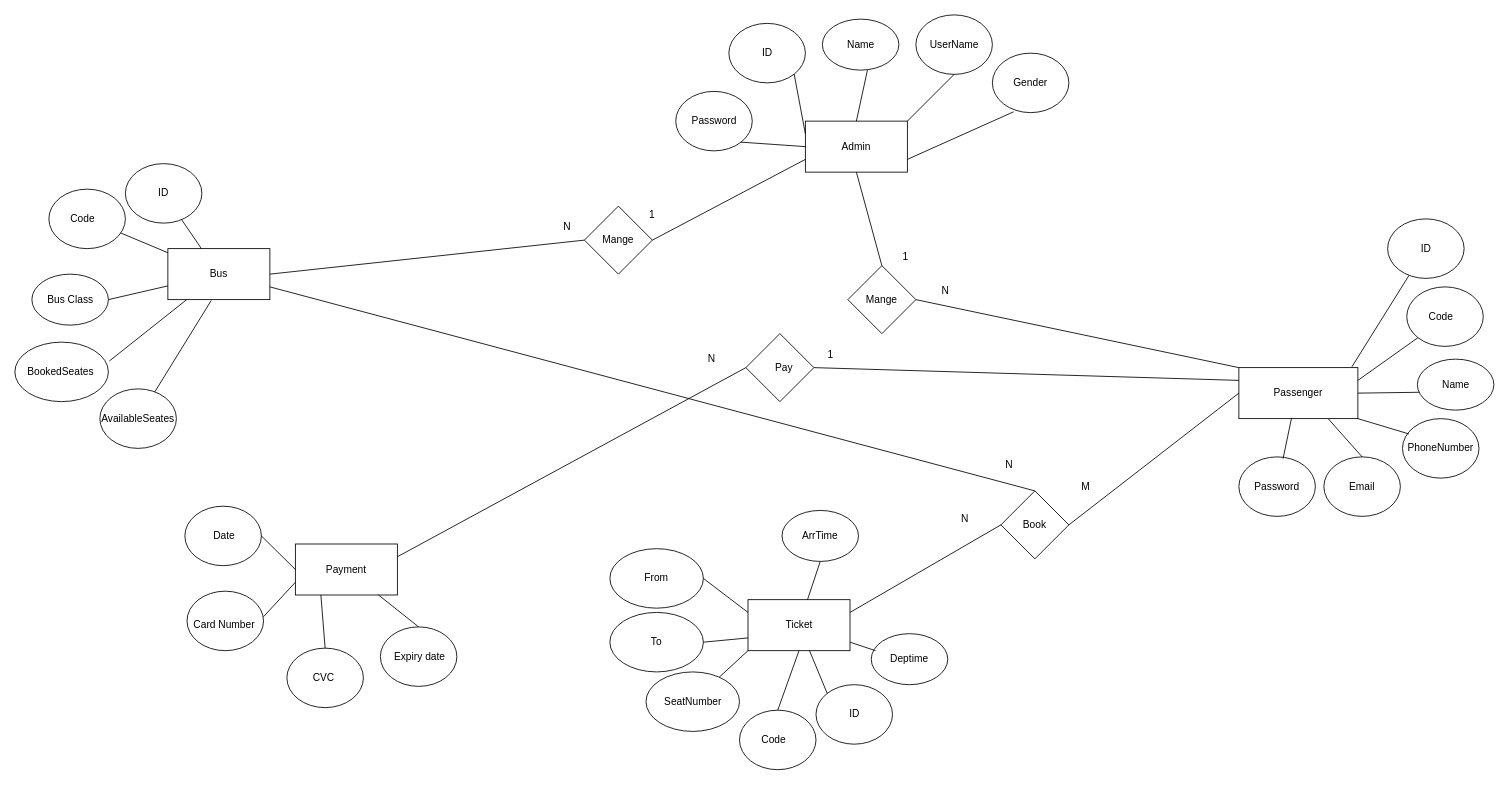
The draw.io diagram project/erd/new erd.drawio in MahmoudKhaled007/GoBus, before the edit. Source tidied: cells renumbered, new cells numbered last; positions are measured from the earlier drawing's top-left corner, leaving out a move shared by most shapes. Both pictures are drawn from the tidied source at 85%, with x=0, y=0 at pixel (14, 14).
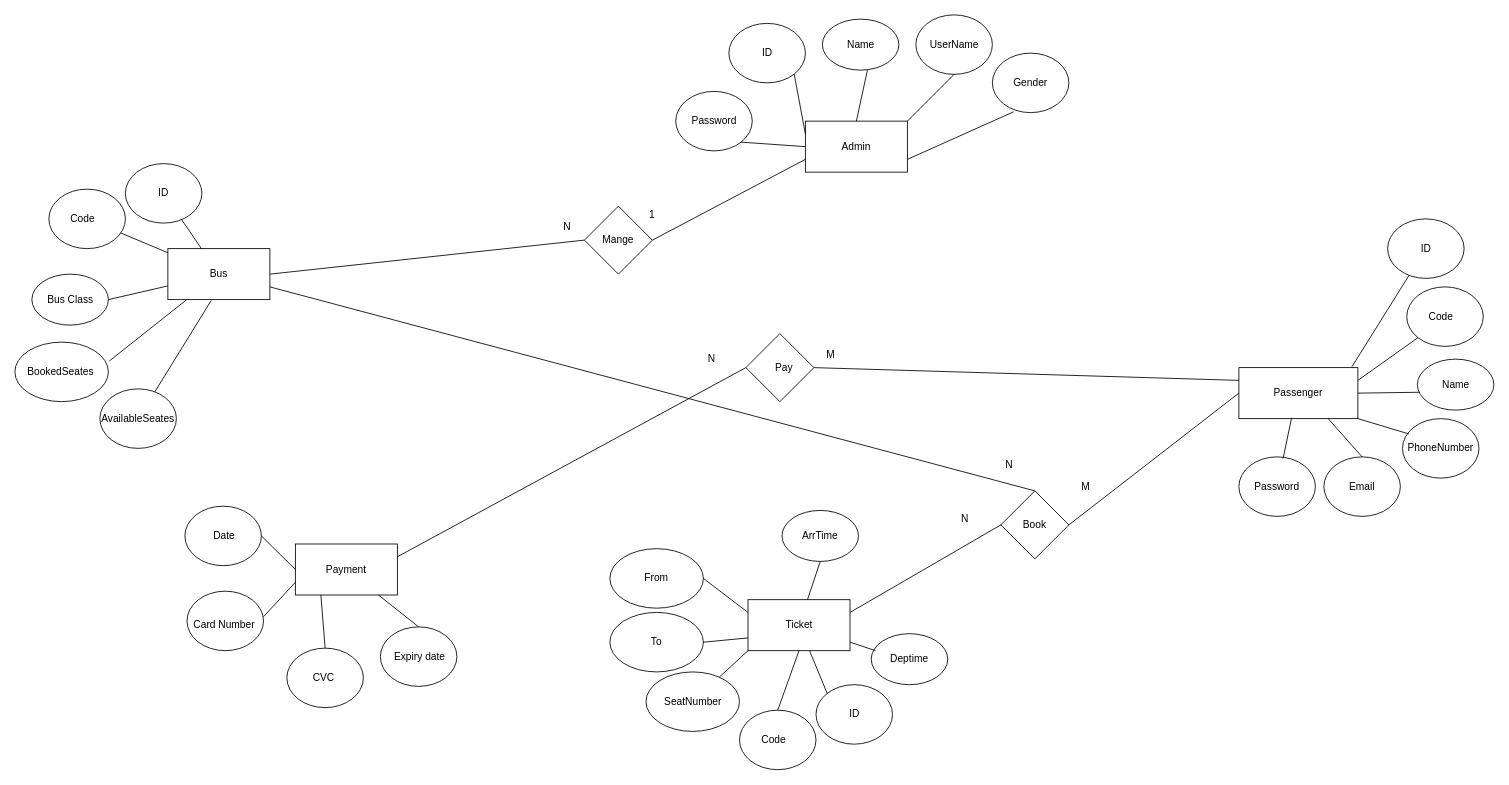
The same diagram, later.

The change refers to these unchanged cells:
```xml
<mxCell id="2" style="rounded=0;whiteSpace=wrap;html=1;" parent="1" vertex="1">
  <mxGeometry x="930" y="125" width="120" height="60" as="geometry" />
</mxCell>
<mxCell id="4" style="rounded=0;whiteSpace=wrap;html=1;" parent="1" vertex="1">
  <mxGeometry x="1440" y="415" width="140" height="60" as="geometry" />
</mxCell>
```

Change to the diagram source:
```diff
@@
-    <mxCell id="76" style="rhombus;whiteSpace=wrap;html=1;" parent="1" vertex="1">
-      <mxGeometry x="980" y="295" width="80" height="80" as="geometry" />
-    </mxCell>
-    <mxCell id="77" value="Mange" style="text;html=1;strokeColor=none;fillColor=none;align=center;verticalAlign=middle;whiteSpace=wrap;rounded=0;" parent="1" vertex="1">
-      <mxGeometry x="1000" y="325" width="40" height="20" as="geometry" />
-    </mxCell>
-    <mxCell id="78" style="endArrow=none;html=1;entryX=1;entryY=0.5;entryDx=0;entryDy=0;exitX=0;exitY=0;exitDx=0;exitDy=0;" parent="1" edge="1" source="4" target="76">
-      <mxGeometry relative="1" as="geometry" />
-    </mxCell>
-    <mxCell id="79" style="endArrow=none;html=1;entryX=0.5;entryY=1;entryDx=0;entryDy=0;exitX=0.5;exitY=0;exitDx=0;exitDy=0;" parent="1" edge="1" source="76" target="2">
-      <mxGeometry relative="1" as="geometry" />
-    </mxCell>
-    <mxCell id="80" value="1" style="text;html=1;strokeColor=none;fillColor=none;align=center;verticalAlign=middle;whiteSpace=wrap;rounded=0;" parent="1" vertex="1">
-      <mxGeometry x="1028" y="275" width="40" height="20" as="geometry" />
-    </mxCell>
-    <mxCell id="81" value="N" style="text;html=1;strokeColor=none;fillColor=none;align=center;verticalAlign=middle;whiteSpace=wrap;rounded=0;" parent="1" vertex="1">
-      <mxGeometry x="1075" y="315" width="40" height="20" as="geometry" />
-    </mxCell>
@@
-    <mxCell id="117" value="1" style="text;html=1;strokeColor=none;fillColor=none;align=center;verticalAlign=middle;whiteSpace=wrap;rounded=0;" parent="1" vertex="1">
+    <mxCell id="117" value="M" style="text;html=1;strokeColor=none;fillColor=none;align=center;verticalAlign=middle;whiteSpace=wrap;rounded=0;" parent="1" vertex="1">
       <mxGeometry x="940" y="390" width="40" height="20" as="geometry" />
     </mxCell>
```
